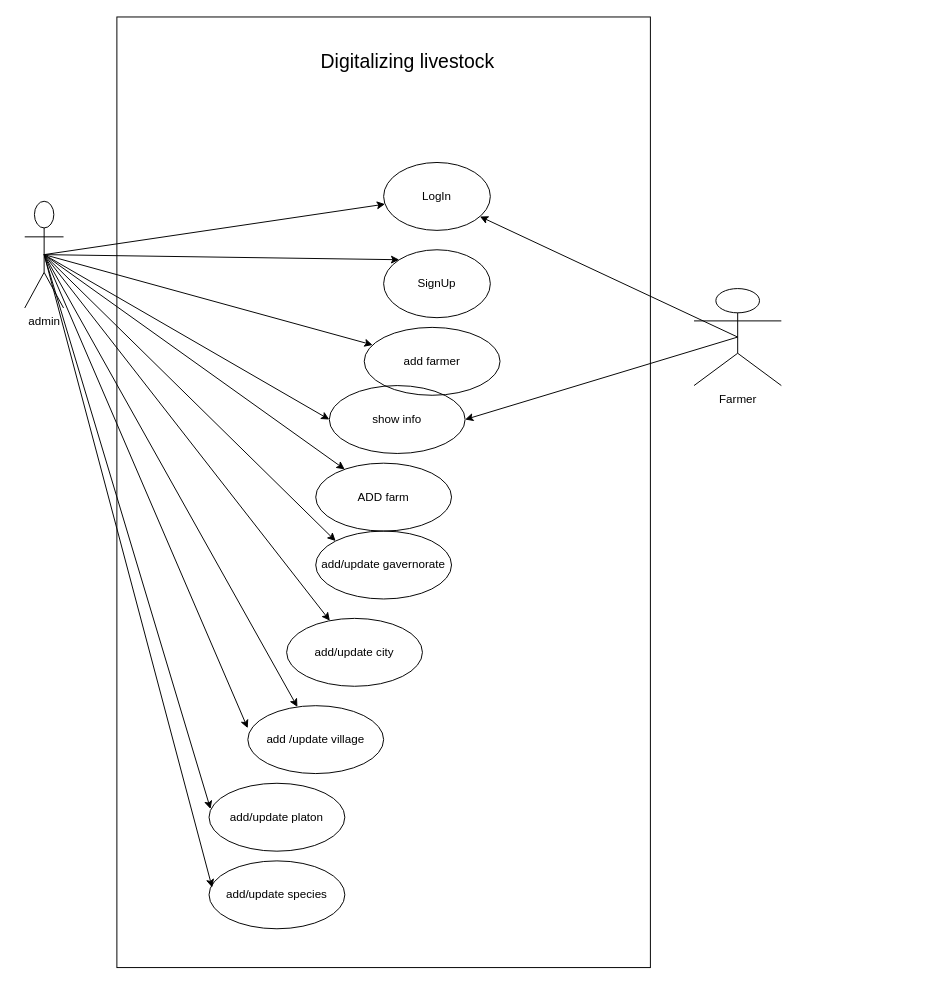
Before: digrams/userCaseDigram.drawio in githubmohame/Digitalizing-livestock, a draw.io diagram. Source tidied: cells renumbered, new cells numbered last; positions are measured from the earlier drawing's top-left corner, leaving out a move shared by most shapes. Both pictures are drawn from the tidied source at 97%, with x=0, y=0 at pixel (24, 16).
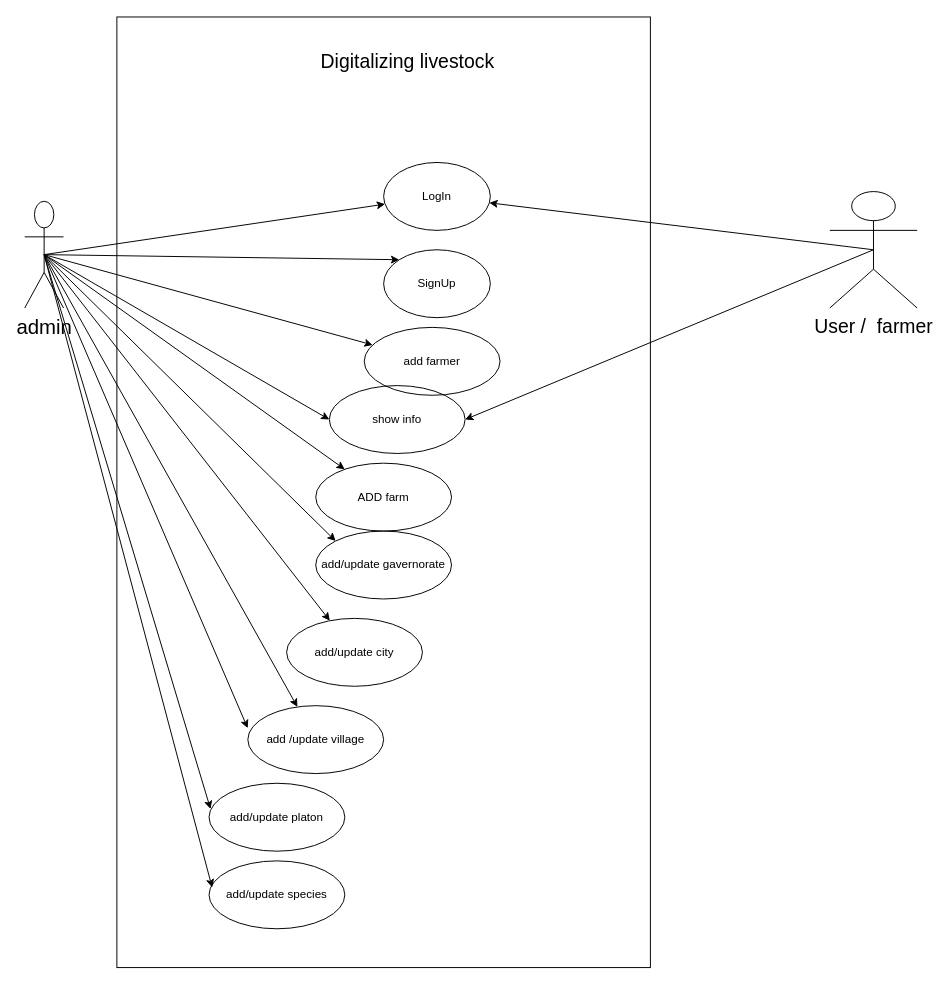
Above is the later version.

The change refers to these unchanged cells:
```xml
<mxCell id="14" value="LogIn" style="ellipse;whiteSpace=wrap;html=1;" parent="1" vertex="1">
  <mxGeometry x="370" y="150" width="110" height="70" as="geometry" />
</mxCell>
<mxCell id="26" value="show info" style="ellipse;whiteSpace=wrap;html=1;rounded=0;fontColor=none;strokeColor=default;fillColor=none;" parent="1" vertex="1">
  <mxGeometry x="314" y="380" width="140" height="70" as="geometry" />
</mxCell>
```

What changed in the source:
```diff
@@
-    <mxCell id="13" value="admin" style="shape=umlActor;verticalLabelPosition=bottom;verticalAlign=top;html=1;" parent="1" vertex="1">
+    <mxCell id="13" value="&lt;font style=&quot;font-size: 21px;&quot;&gt;admin&lt;/font&gt;" style="shape=umlActor;verticalLabelPosition=bottom;verticalAlign=top;html=1;strokeWidth=1;" parent="1" vertex="1">
       <mxGeometry y="190" width="40" height="110" as="geometry" />
     </mxCell>
@@
-    <mxCell id="23" style="edgeStyle=none;html=1;exitX=0.5;exitY=0.5;exitDx=0;exitDy=0;exitPerimeter=0;fontColor=none;" parent="1" edge="1" source="25" target="14">
+    <mxCell id="23" style="edgeStyle=none;html=1;exitX=0.5;exitY=0.5;exitDx=0;exitDy=0;exitPerimeter=0;fontColor=none;" parent="1" edge="1" source="29" target="14">
       <mxGeometry relative="1" as="geometry" />
     </mxCell>
-    <mxCell id="24" style="edgeStyle=none;html=1;exitX=0.5;exitY=0.5;exitDx=0;exitDy=0;exitPerimeter=0;entryX=1;entryY=0.5;entryDx=0;entryDy=0;fontColor=none;" parent="1" edge="1" source="25" target="26">
+    <mxCell id="24" style="edgeStyle=none;html=1;exitX=0.5;exitY=0.5;exitDx=0;exitDy=0;exitPerimeter=0;entryX=1;entryY=0.5;entryDx=0;entryDy=0;fontColor=none;" parent="1" edge="1" source="29" target="26">
       <mxGeometry relative="1" as="geometry" />
     </mxCell>
-    <mxCell id="25" value="Farmer" style="shape=umlActor;verticalLabelPosition=bottom;verticalAlign=top;html=1;rounded=0;fontColor=none;strokeColor=default;fillColor=none;" parent="1" vertex="1">
-      <mxGeometry x="690" y="280" width="90" height="100" as="geometry" />
-    </mxCell>
@@
+    <mxCell id="29" value="&lt;font style=&quot;font-size: 20px;&quot;&gt;User /&amp;nbsp; farmer&lt;/font&gt;" style="shape=umlActor;verticalLabelPosition=bottom;verticalAlign=top;html=1;outlineConnect=0;" parent="1" vertex="1">
+      <mxGeometry x="830" y="180" width="90" height="120" as="geometry" />
+    </mxCell>
```
